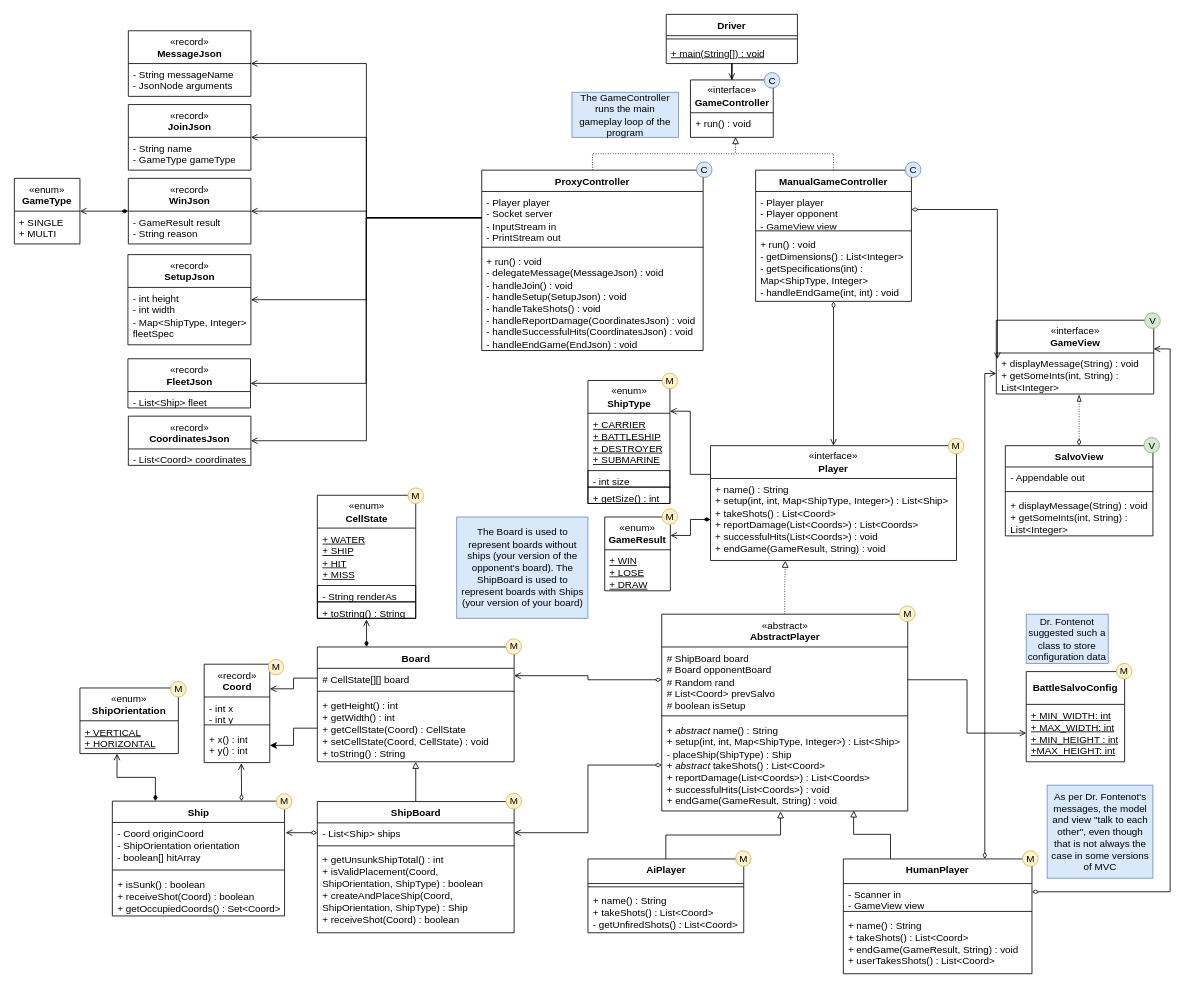
zackbach/battlesalvo keeps this draw.io diagram as UMLpa04.drawio. Above is the earlier version. Source tidied: cells renumbered, new cells numbered last; positions are measured from the earlier drawing's top-left corner, leaving out a move shared by most shapes. Both pictures are drawn from the tidied source at 82%, with x=0, y=0 at pixel (14, 14).
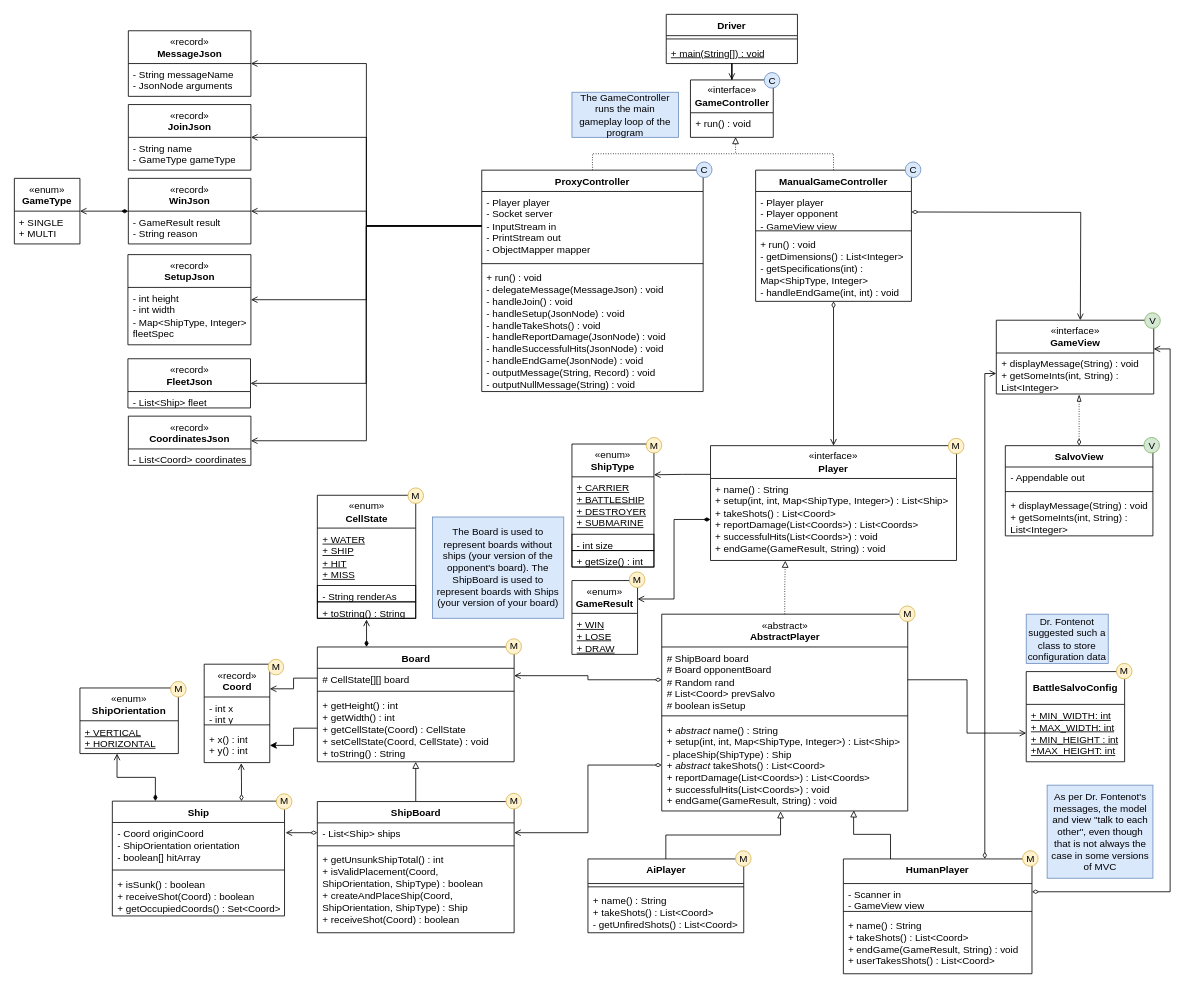
After the change.

Unchanged cells that the change refers to:
```xml
<mxCell id="9" value="&lt;div&gt;- Player player&lt;/div&gt;&lt;div&gt;- Player opponent&lt;br&gt;&lt;/div&gt;&lt;div&gt;- GameView view&lt;br&gt;&lt;/div&gt;" style="text;strokeColor=none;fillColor=none;align=left;verticalAlign=top;spacingLeft=4;spacingRight=4;overflow=hidden;points=[[0,0.5],[1,0.5]];portConstraint=eastwest;whiteSpace=wrap;html=1;" parent="8" vertex="1">
  <mxGeometry y="26" width="190" height="44" as="geometry" />
</mxCell>
<mxCell id="83" value="&lt;div&gt;«interface»&lt;/div&gt;&lt;div&gt;&lt;b&gt;GameView&lt;/b&gt;&lt;br&gt;&lt;/div&gt;" style="swimlane;fontStyle=0;horizontal=1;startSize=40;whiteSpace=wrap;html=1;" parent="1" vertex="1">
  <mxGeometry x="1197.5" y="373" width="192" height="90" as="geometry" />
</mxCell>
```

What changed in the source:
```diff
@@
     <mxCell id="36" value="&lt;div&gt;«enum»&lt;/div&gt;&lt;div&gt;&lt;b&gt;ShipType&lt;/b&gt;&lt;br&gt;&lt;/div&gt;" style="swimlane;fontStyle=0;horizontal=1;startSize=40;whiteSpace=wrap;html=1;" parent="1" vertex="1">
-      <mxGeometry x="699.5" y="446.5" width="100" height="150" as="geometry" />
+      <mxGeometry x="680" y="524" width="100" height="150" as="geometry" />
     </mxCell>
@@
     <mxCell id="42" value="&lt;div&gt;«enum»&lt;/div&gt;&lt;b&gt;GameResult&lt;/b&gt;" style="swimlane;fontStyle=0;horizontal=1;startSize=40;whiteSpace=wrap;html=1;" parent="1" vertex="1">
-      <mxGeometry x="720" y="613" width="80" height="90" as="geometry" />
+      <mxGeometry x="680" y="690.5" width="80" height="90" as="geometry" />
     </mxCell>
@@
     <mxCell id="68" value="M" style="ellipse;whiteSpace=wrap;html=1;fillColor=#fff2cc;strokeColor=#d6b656;" parent="1" vertex="1">
-      <mxGeometry x="790" y="437.5" width="19" height="19" as="geometry" />
+      <mxGeometry x="770.5" y="516" width="19" height="19" as="geometry" />
     </mxCell>
@@
     <mxCell id="75" value="M" style="ellipse;whiteSpace=wrap;html=1;fillColor=#fff2cc;strokeColor=#d6b656;" parent="1" vertex="1">
-      <mxGeometry x="790" y="603" width="19" height="19" as="geometry" />
+      <mxGeometry x="750" y="680" width="19" height="19" as="geometry" />
     </mxCell>
@@
-    <mxCell id="87" style="edgeStyle=orthogonalEdgeStyle;rounded=0;jettySize=auto;html=1;entryX=0.007;entryY=0.527;entryDx=0;entryDy=0;endArrow=open;endFill=0;startArrow=diamondThin;startFill=0;entryPerimeter=0;" parent="1" edge="1" source="9" target="83">
-      <mxGeometry relative="1" as="geometry" />
+    <mxCell id="87" style="edgeStyle=orthogonalEdgeStyle;rounded=0;orthogonalLoop=1;jettySize=auto;html=1;endArrow=open;endFill=0;startArrow=diamondThin;startFill=0;" parent="1" edge="1">
+      <mxGeometry relative="1" as="geometry">
+        <mxPoint x="1094" y="241" as="sourcePoint" />
+        <mxPoint x="1300" y="373" as="targetPoint" />
+      </mxGeometry>
     </mxCell>
@@
     <mxCell id="94" value="The Board is used to represent boards without ships (your version of the opponent's board). The ShipBoard is used to represent boards with Ships (your version of your board)" style="rounded=0;whiteSpace=wrap;html=1;fillColor=#dae8fc;strokeColor=#6c8ebf;" parent="1" vertex="1">
-      <mxGeometry x="539.5" y="613" width="160" height="123.5" as="geometry" />
+      <mxGeometry x="510" y="613" width="160" height="123.5" as="geometry" />
     </mxCell>
@@
     <mxCell id="104" value="ProxyController" style="swimlane;fontStyle=1;align=center;verticalAlign=top;horizontal=1;startSize=26;whiteSpace=wrap;html=1;" parent="1" vertex="1">
-      <mxGeometry x="570" y="190" width="270" height="220" as="geometry" />
+      <mxGeometry x="570" y="190" width="270" height="270" as="geometry" />
     </mxCell>
-    <mxCell id="105" value="&lt;div&gt;- Player player&lt;/div&gt;&lt;div&gt;- Socket server&lt;/div&gt;&lt;div&gt;- InputStream in&lt;/div&gt;&lt;div&gt;- PrintStream out&lt;br&gt;&lt;/div&gt;" style="text;strokeColor=none;fillColor=none;align=left;verticalAlign=top;spacingLeft=4;spacingRight=4;overflow=hidden;points=[[0,0.5],[1,0.5]];portConstraint=eastwest;whiteSpace=wrap;html=1;" parent="104" vertex="1">
-      <mxGeometry y="26" width="270" height="64" as="geometry" />
+    <mxCell id="105" value="&lt;div&gt;- Player player&lt;/div&gt;&lt;div&gt;- Socket server&lt;/div&gt;&lt;div&gt;- InputStream in&lt;/div&gt;&lt;div&gt;- PrintStream out&lt;br&gt;&lt;/div&gt;&lt;div&gt;- ObjectMapper mapper&lt;br&gt;&lt;/div&gt;" style="text;strokeColor=none;fillColor=none;align=left;verticalAlign=top;spacingLeft=4;spacingRight=4;overflow=hidden;points=[[0,0.5],[1,0.5]];portConstraint=eastwest;whiteSpace=wrap;html=1;" parent="104" vertex="1">
+      <mxGeometry y="26" width="270" height="84" as="geometry" />
     </mxCell>
     <mxCell id="106" style="line;strokeWidth=1;fillColor=none;align=left;verticalAlign=middle;spacingTop=-1;spacingLeft=3;spacingRight=3;labelPosition=right;strokeColor=inherit;" parent="104" vertex="1">
-      <mxGeometry y="90" width="270" height="8" as="geometry" />
+      <mxGeometry y="110" width="270" height="8" as="geometry" />
     </mxCell>
-    <mxCell id="107" value="&lt;div&gt;+ run() : void&lt;/div&gt;&lt;div&gt;- delegateMessage(MessageJson) : void&lt;/div&gt;&lt;div&gt;- handleJoin() : void&lt;br&gt;&lt;/div&gt;&lt;div&gt;- handleSetup(SetupJson) : void&lt;/div&gt;&lt;div&gt;- handleTakeShots() : void&lt;/div&gt;&lt;div&gt;- handleReportDamage(CoordinatesJson) : void&lt;/div&gt;&lt;div&gt;- handleSuccessfulHits(CoordinatesJson) : void&lt;/div&gt;&lt;div&gt;- handleEndGame(EndJson) : void&lt;br&gt;&lt;/div&gt;" style="text;strokeColor=none;fillColor=none;align=left;verticalAlign=top;spacingLeft=4;spacingRight=4;overflow=hidden;whiteSpace=wrap;html=1;" parent="104" vertex="1">
-      <mxGeometry y="98" width="270" height="122" as="geometry" />
+    <mxCell id="107" value="&lt;div&gt;+ run() : void&lt;/div&gt;&lt;div&gt;- delegateMessage(MessageJson) : void&lt;/div&gt;&lt;div&gt;- handleJoin() : void&lt;br&gt;&lt;/div&gt;&lt;div&gt;- handleSetup(JsonNode) : void&lt;/div&gt;&lt;div&gt;- handleTakeShots() : void&lt;/div&gt;&lt;div&gt;- handleReportDamage(JsonNode) : void&lt;/div&gt;&lt;div&gt;- handleSuccessfulHits(JsonNode) : void&lt;/div&gt;&lt;div&gt;- handleEndGame(JsonNode) : void&lt;/div&gt;&lt;div&gt;- outputMessage(String, Record) : void&lt;/div&gt;&lt;div&gt;- outputNullMessage(String) : void&lt;br&gt;&lt;/div&gt;" style="text;strokeColor=none;fillColor=none;align=left;verticalAlign=top;spacingLeft=4;spacingRight=4;overflow=hidden;whiteSpace=wrap;html=1;" parent="104" vertex="1">
+      <mxGeometry y="118" width="270" height="152" as="geometry" />
     </mxCell>
```
